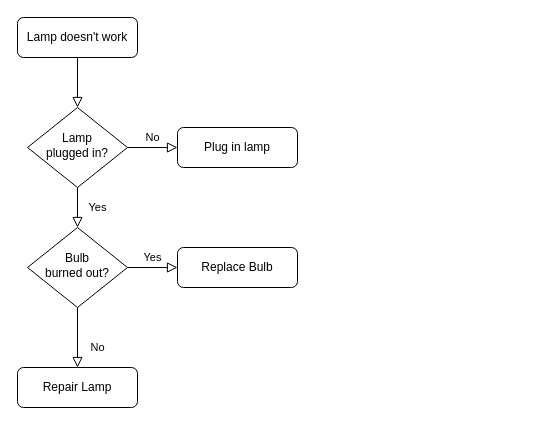
ccccqyc/small.github.io keeps this draw.io diagram as resources/Untitled Diagram.drawio. Above is the earlier version. Source tidied: cells renumbered, new cells numbered last; positions are measured from the earlier drawing's top-left corner, leaving out a move shared by most shapes. Both pictures are drawn from the tidied source at 100%, with x=0, y=0 at pixel (17, 17).
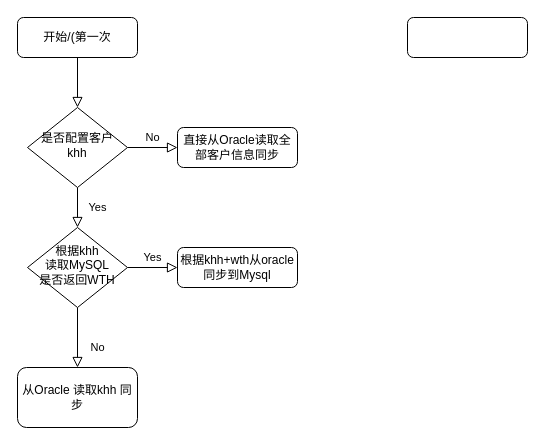
After the change.

Change to the diagram source:
```diff
@@
 <mxGraphModel>
   <root>
     <mxCell id="0" />
     <mxCell id="1" parent="0" />
     <mxCell id="2" style="rounded=0;html=1;jettySize=auto;fontSize=11;endArrow=block;endFill=0;endSize=8;strokeWidth=1;shadow=0;labelBackgroundColor=none;edgeStyle=orthogonalEdgeStyle;" parent="1" edge="1" source="3" target="6">
       <mxGeometry relative="1" as="geometry" />
     </mxCell>
-    <mxCell id="3" value="Lamp doesn't work" style="rounded=1;whiteSpace=wrap;html=1;fontSize=12;glass=0;strokeWidth=1;shadow=0;" parent="1" vertex="1">
+    <mxCell id="3" value="开始/(第一次" style="rounded=1;whiteSpace=wrap;html=1;fontSize=12;glass=0;strokeWidth=1;shadow=0;" parent="1" vertex="1">
       <mxGeometry width="120" height="40" as="geometry" />
     </mxCell>
     <mxCell id="4" value="Yes" style="rounded=0;html=1;jettySize=auto;fontSize=11;endArrow=block;endFill=0;endSize=8;strokeWidth=1;shadow=0;labelBackgroundColor=none;edgeStyle=orthogonalEdgeStyle;" parent="1" edge="1" source="6" target="10">
       <mxGeometry y="20" relative="1" as="geometry" />
     </mxCell>
     <mxCell id="5" value="No" style="edgeStyle=orthogonalEdgeStyle;rounded=0;html=1;jettySize=auto;fontSize=11;endArrow=block;endFill=0;endSize=8;strokeWidth=1;shadow=0;labelBackgroundColor=none;" parent="1" edge="1" source="6" target="7">
       <mxGeometry y="10" relative="1" as="geometry" />
     </mxCell>
-    <mxCell id="6" value="Lamp&lt;br&gt;plugged in?" style="rhombus;whiteSpace=wrap;html=1;shadow=0;fontFamily=Helvetica;fontSize=12;align=center;strokeWidth=1;spacing=6;spacingTop=-4;" parent="1" vertex="1">
+    <mxCell id="6" value="&lt;div&gt;是否配置客户&lt;/div&gt;&lt;div&gt;khh&lt;br&gt;&lt;/div&gt;" style="rhombus;whiteSpace=wrap;html=1;shadow=0;fontFamily=Helvetica;fontSize=12;align=center;strokeWidth=1;spacing=6;spacingTop=-4;" parent="1" vertex="1">
       <mxGeometry x="10" y="90" width="100" height="80" as="geometry" />
     </mxCell>
-    <mxCell id="7" value="Plug in lamp" style="rounded=1;whiteSpace=wrap;html=1;fontSize=12;glass=0;strokeWidth=1;shadow=0;" parent="1" vertex="1">
+    <mxCell id="7" value="直接从Oracle读取全部客户信息同步" style="rounded=1;whiteSpace=wrap;html=1;fontSize=12;glass=0;strokeWidth=1;shadow=0;" parent="1" vertex="1">
       <mxGeometry x="160" y="110" width="120" height="40" as="geometry" />
     </mxCell>
     <mxCell id="8" value="No" style="rounded=0;html=1;jettySize=auto;fontSize=11;endArrow=block;endFill=0;endSize=8;strokeWidth=1;shadow=0;labelBackgroundColor=none;edgeStyle=orthogonalEdgeStyle;" parent="1" edge="1" source="10" target="11">
       <mxGeometry x="0.33" y="20" relative="1" as="geometry" />
     </mxCell>
     <mxCell id="9" value="Yes" style="edgeStyle=orthogonalEdgeStyle;rounded=0;html=1;jettySize=auto;fontSize=11;endArrow=block;endFill=0;endSize=8;strokeWidth=1;shadow=0;labelBackgroundColor=none;" parent="1" edge="1" source="10" target="12">
       <mxGeometry y="10" relative="1" as="geometry" />
     </mxCell>
-    <mxCell id="10" value="Bulb&lt;br&gt;burned out?" style="rhombus;whiteSpace=wrap;html=1;shadow=0;fontFamily=Helvetica;fontSize=12;align=center;strokeWidth=1;spacing=6;spacingTop=-4;" parent="1" vertex="1">
+    <mxCell id="10" value="根据khh&lt;div&gt;读取MySQL&lt;/div&gt;&lt;div&gt;是否返回WTH&lt;/div&gt;" style="rhombus;whiteSpace=wrap;html=1;shadow=0;fontFamily=Helvetica;fontSize=12;align=center;strokeWidth=1;spacing=6;spacingTop=-4;" parent="1" vertex="1">
       <mxGeometry x="10" y="210" width="100" height="80" as="geometry" />
     </mxCell>
-    <mxCell id="11" value="Repair Lamp" style="rounded=1;whiteSpace=wrap;html=1;fontSize=12;glass=0;strokeWidth=1;shadow=0;" parent="1" vertex="1">
-      <mxGeometry y="350" width="120" height="40" as="geometry" />
+    <mxCell id="11" value="从Oracle 读取khh 同步" style="rounded=1;whiteSpace=wrap;html=1;fontSize=12;glass=0;strokeWidth=1;shadow=0;" parent="1" vertex="1">
+      <mxGeometry y="350" width="120" height="60" as="geometry" />
     </mxCell>
-    <mxCell id="12" value="Replace Bulb" style="rounded=1;whiteSpace=wrap;html=1;fontSize=12;glass=0;strokeWidth=1;shadow=0;" parent="1" vertex="1">
+    <mxCell id="12" value="根据khh+wth从oracle同步到Mysql" style="rounded=1;whiteSpace=wrap;html=1;fontSize=12;glass=0;strokeWidth=1;shadow=0;" parent="1" vertex="1">
       <mxGeometry x="160" y="230" width="120" height="40" as="geometry" />
     </mxCell>
+    <mxCell id="13" style="rounded=1;whiteSpace=wrap;html=1;" parent="1" vertex="1">
+      <mxGeometry x="390" width="120" height="40" as="geometry" />
+    </mxCell>
   </root>
 </mxGraphModel>
```
